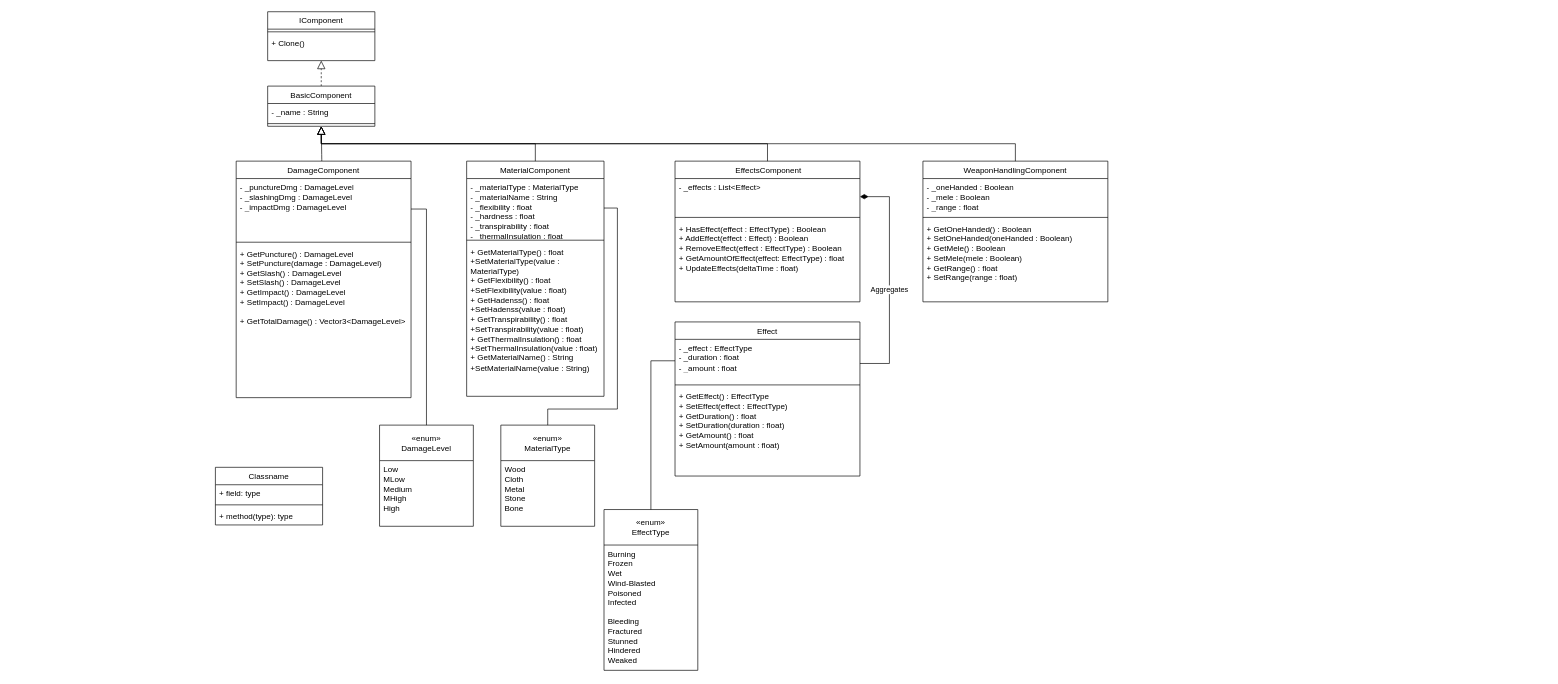
Before: Diagrams/UML/Components.drawio in Sekahy48/UnityProject, a draw.io diagram. Source tidied: cells renumbered, new cells numbered last; positions are measured from the earlier drawing's top-left corner, leaving out a move shared by most shapes. Both pictures are drawn from the tidied source at 67%, with x=0, y=0 at pixel (215, 11).
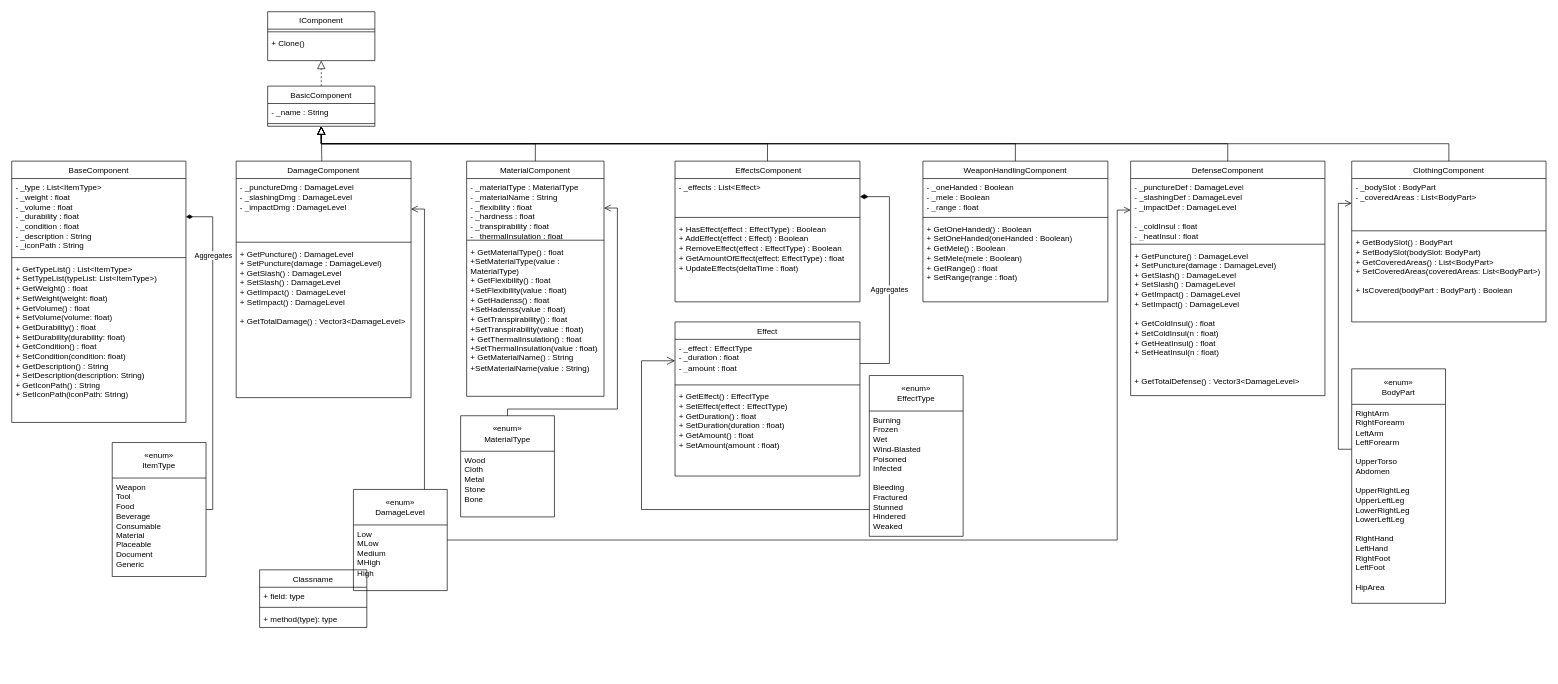
After the change.

The change refers to these unchanged cells:
```xml
<mxCell id="6" value="&lt;span style=&quot;font-weight: normal;&quot;&gt;BasicComponent&lt;/span&gt;" style="swimlane;fontStyle=1;align=center;verticalAlign=top;horizontal=1;startSize=26;whiteSpace=wrap;html=1;" parent="1" vertex="1">
  <mxGeometry x="78" y="111" width="160" height="60" as="geometry" />
</mxCell>
<mxCell id="15" value="- _punctureDmg : DamageLevel&lt;div&gt;- _slashingDmg :&amp;nbsp;&lt;span style=&quot;background-color: transparent; color: light-dark(rgb(0, 0, 0), rgb(255, 255, 255));&quot;&gt;DamageLevel&lt;/span&gt;&lt;/div&gt;&lt;div&gt;- _impactDmg :&amp;nbsp;&lt;span style=&quot;background-color: transparent; color: light-dark(rgb(0, 0, 0), rgb(255, 255, 255));&quot;&gt;DamageLevel&lt;br&gt;&lt;/span&gt;&lt;/div&gt;" style="text;strokeColor=none;fillColor=none;align=left;verticalAlign=top;spacingLeft=4;spacingRight=4;overflow=hidden;points=[[0,0.5],[1,0.5]];portConstraint=eastwest;whiteSpace=wrap;html=1;" parent="14" vertex="1">
  <mxGeometry y="26" width="261" height="91" as="geometry" />
</mxCell>
<mxCell id="22" value="- _materialType : MaterialType&lt;div&gt;- _materialName : String&lt;br&gt;&lt;div&gt;- _flexibility : float&lt;/div&gt;&lt;div&gt;- _hardness : float&lt;/div&gt;&lt;div&gt;- _transpirability : float&lt;/div&gt;&lt;div&gt;- _thermalInsulation : float&lt;/div&gt;&lt;/div&gt;" style="text;strokeColor=none;fillColor=none;align=left;verticalAlign=top;spacingLeft=4;spacingRight=4;overflow=hidden;points=[[0,0.5],[1,0.5]];portConstraint=eastwest;whiteSpace=wrap;html=1;" parent="21" vertex="1">
  <mxGeometry y="26" width="205" height="88" as="geometry" />
</mxCell>
<mxCell id="39" value="- _effect : EffectType&lt;br&gt;- _duration : float&lt;div&gt;- _amount : float&lt;/div&gt;" style="text;strokeColor=none;fillColor=none;align=left;verticalAlign=top;spacingLeft=4;spacingRight=4;overflow=hidden;points=[[0,0.5],[1,0.5]];portConstraint=eastwest;whiteSpace=wrap;html=1;" parent="38" vertex="1">
  <mxGeometry y="26" width="276" height="64" as="geometry" />
</mxCell>
```

The edit, as a diff of the source:
```diff
@@
     <mxCell id="9" value="&lt;span style=&quot;font-weight: normal;&quot;&gt;Classname&lt;/span&gt;" style="swimlane;fontStyle=1;align=center;verticalAlign=top;horizontal=1;startSize=26;whiteSpace=wrap;html=1;" parent="1" vertex="1">
-      <mxGeometry y="680" width="160" height="86" as="geometry" />
+      <mxGeometry x="66" y="833" width="160" height="86" as="geometry" />
     </mxCell>
@@
-    <mxCell id="18" style="edgeStyle=orthogonalEdgeStyle;rounded=0;jettySize=auto;html=1;entryX=1;entryY=0.5;entryDx=0;entryDy=0;fontSize=12;startSize=8;endSize=8;endArrow=none;endFill=0;" parent="1" edge="1" source="19" target="15">
-      <mxGeometry relative="1" as="geometry" />
+    <mxCell id="18" style="edgeStyle=orthogonalEdgeStyle;rounded=0;jettySize=auto;html=1;entryX=1;entryY=0.5;entryDx=0;entryDy=0;fontSize=12;startSize=8;endSize=8;endArrow=open;endFill=0;" parent="1" edge="1" source="19" target="15">
+      <mxGeometry relative="1" as="geometry">
+        <Array as="points">
+          <mxPoint x="312" y="294" />
+        </Array>
+      </mxGeometry>
     </mxCell>
+    <mxCell id="48" style="edgeStyle=elbowEdgeStyle;rounded=0;jettySize=auto;html=1;entryX=0;entryY=0.5;entryDx=0;entryDy=0;endArrow=open;endFill=0;endSize=8;" parent="1" edge="1" source="19" target="58">
+      <mxGeometry relative="1" as="geometry">
+        <Array as="points">
+          <mxPoint x="1346" y="643" />
+        </Array>
+      </mxGeometry>
+    </mxCell>
     <mxCell id="19" value="«enum»&lt;br&gt;DamageLevel" style="swimlane;fontStyle=0;horizontal=1;startSize=53;fillColor=none;whiteSpace=wrap;html=1;" parent="1" vertex="1">
-      <mxGeometry x="245" y="617" width="140" height="151" as="geometry" />
+      <mxGeometry x="206" y="713" width="140" height="151" as="geometry" />
     </mxCell>
@@
-    <mxCell id="26" style="edgeStyle=orthogonalEdgeStyle;rounded=0;jettySize=auto;html=1;entryX=1;entryY=0.5;entryDx=0;entryDy=0;fontSize=12;startSize=8;endSize=8;endArrow=none;endFill=0;" parent="1" edge="1" source="27" target="22">
+    <mxCell id="26" style="edgeStyle=orthogonalEdgeStyle;rounded=0;jettySize=auto;html=1;entryX=1;entryY=0.5;entryDx=0;entryDy=0;fontSize=12;startSize=8;endSize=8;endArrow=open;endFill=0;elbow=vertical;" parent="1" edge="1" source="27" target="22">
       <mxGeometry relative="1" as="geometry">
         <Array as="points">
-          <mxPoint x="496" y="593" />
+          <mxPoint x="436" y="593" />
           <mxPoint x="600" y="593" />
           <mxPoint x="600" y="293" />
         </Array>
       </mxGeometry>
     </mxCell>
     <mxCell id="27" value="«enum»&lt;br&gt;MaterialType" style="swimlane;fontStyle=0;horizontal=1;startSize=53;fillColor=none;whiteSpace=wrap;html=1;" parent="1" vertex="1">
-      <mxGeometry x="426" y="617" width="140" height="151" as="geometry" />
+      <mxGeometry x="366" y="603" width="140" height="151" as="geometry" />
     </mxCell>
@@
-    <mxCell id="33" style="edgeStyle=orthogonalEdgeStyle;rounded=0;jettySize=auto;html=1;endArrow=none;endFill=0;endSize=10;entryX=0;entryY=0.5;entryDx=0;entryDy=0;" parent="1" edge="1" source="34" target="39">
-      <mxGeometry relative="1" as="geometry" />
+    <mxCell id="33" style="edgeStyle=orthogonalEdgeStyle;rounded=0;jettySize=auto;html=1;endArrow=open;endFill=0;endSize=10;entryX=0;entryY=0.5;entryDx=0;entryDy=0;" parent="1" edge="1" source="34" target="39">
+      <mxGeometry relative="1" as="geometry">
+        <Array as="points">
+          <mxPoint x="636" y="743" />
+          <mxPoint x="636" y="521" />
+        </Array>
+      </mxGeometry>
     </mxCell>
     <mxCell id="34" value="«enum»&lt;br&gt;EffectType" style="swimlane;fontStyle=0;horizontal=1;startSize=53;fillColor=none;whiteSpace=wrap;html=1;" parent="1" vertex="1">
-      <mxGeometry x="580" y="743" width="140" height="240" as="geometry" />
+      <mxGeometry x="976" y="543" width="140" height="240" as="geometry" />
     </mxCell>
@@
+    <mxCell id="49" value="&lt;span style=&quot;font-weight: normal;&quot;&gt;BaseComponent&lt;/span&gt;" style="swimlane;fontStyle=1;align=center;verticalAlign=top;horizontal=1;startSize=26;whiteSpace=wrap;html=1;" parent="1" vertex="1">
+      <mxGeometry x="-304" y="223" width="260" height="390" as="geometry" />
+    </mxCell>
+    <mxCell id="50" value="- _type : List&amp;lt;ItemType&amp;gt;&lt;div&gt;- _weight : float&lt;/div&gt;&lt;div&gt;- _volume : float&lt;/div&gt;&lt;div&gt;- _durability : float&lt;/div&gt;&lt;div&gt;- _condition : float&lt;/div&gt;&lt;div&gt;- _description : String&lt;/div&gt;&lt;div&gt;- _iconPath : String&lt;/div&gt;" style="text;strokeColor=none;fillColor=none;align=left;verticalAlign=top;spacingLeft=4;spacingRight=4;overflow=hidden;points=[[0,0.5],[1,0.5]];portConstraint=eastwest;whiteSpace=wrap;html=1;" parent="49" vertex="1">
+      <mxGeometry y="26" width="260" height="114" as="geometry" />
+    </mxCell>
+    <mxCell id="51" style="line;strokeWidth=1;fillColor=none;align=left;verticalAlign=middle;spacingTop=-1;spacingLeft=3;spacingRight=3;labelPosition=right;strokeColor=inherit;" parent="49" vertex="1">
+      <mxGeometry y="140" width="260" height="8" as="geometry" />
+    </mxCell>
+    <mxCell id="52" value="&lt;div&gt;+ GetTypeList() : List&amp;lt;ItemType&amp;gt;&lt;/div&gt;&lt;div&gt;+ SetTypeList(typeList: List&amp;lt;ItemType&amp;gt;)&amp;nbsp;&lt;/div&gt;&lt;div&gt;+ GetWeight() : float&lt;/div&gt;&lt;div&gt;+ SetWeight(weight: float)&amp;nbsp;&lt;/div&gt;&lt;div&gt;+ GetVolume() : float&lt;/div&gt;&lt;div&gt;+ SetVolume(volume: float)&amp;nbsp;&lt;/div&gt;&lt;div&gt;+ GetDurability() : float&lt;/div&gt;&lt;div&gt;+ SetDurability(durability: float)&amp;nbsp;&lt;/div&gt;&lt;div&gt;+ GetCondition() : float&lt;/div&gt;&lt;div&gt;+ SetCondition(condition: float)&amp;nbsp;&lt;/div&gt;&lt;div&gt;+ GetDescription() : String&lt;/div&gt;&lt;div&gt;+ SetDescription(description: String)&amp;nbsp;&lt;/div&gt;&lt;div&gt;+ GetIconPath() : String&lt;/div&gt;&lt;div&gt;+ SetIconPath(iconPath: String)&amp;nbsp;&lt;/div&gt;&lt;div&gt;&lt;br&gt;&lt;/div&gt;" style="text;strokeColor=none;fillColor=none;align=left;verticalAlign=top;spacingLeft=4;spacingRight=4;overflow=hidden;whiteSpace=wrap;html=1;" parent="49" vertex="1">
+      <mxGeometry y="148" width="260" height="242" as="geometry" />
+    </mxCell>
+    <mxCell id="53" style="edgeStyle=orthogonalEdgeStyle;rounded=0;jettySize=auto;html=1;entryX=1;entryY=0.5;entryDx=0;entryDy=0;endArrow=diamondThin;endFill=1;endSize=8;" parent="1" edge="1" source="55" target="50">
+      <mxGeometry relative="1" as="geometry">
+        <Array as="points">
+          <mxPoint x="-4" y="743" />
+          <mxPoint x="-4" y="306" />
+        </Array>
+      </mxGeometry>
+    </mxCell>
+    <mxCell id="54" value="Aggregates" style="edgeLabel;html=1;align=center;verticalAlign=middle;" parent="53" vertex="1">
+      <mxGeometry x="0.6" relative="1" as="geometry" />
+    </mxCell>
+    <mxCell id="55" value="«enum»&lt;br&gt;ItemType" style="swimlane;fontStyle=0;horizontal=1;startSize=53;fillColor=none;whiteSpace=wrap;html=1;" parent="1" vertex="1">
+      <mxGeometry x="-154" y="643" width="140" height="200" as="geometry" />
+    </mxCell>
+    <mxCell id="56" value="Weapon&lt;div&gt;Tool&lt;br&gt;Food&lt;/div&gt;&lt;div&gt;Beverage&lt;br&gt;Consumable&lt;/div&gt;&lt;div&gt;Material&lt;/div&gt;&lt;div&gt;Placeable&lt;/div&gt;&lt;div&gt;Document&lt;br&gt;Generic&lt;/div&gt;" style="text;strokeColor=none;fillColor=none;align=left;verticalAlign=top;spacingLeft=4;spacingRight=4;overflow=hidden;whiteSpace=wrap;html=1;" parent="55" vertex="1">
+      <mxGeometry y="53" width="140" height="147" as="geometry" />
+    </mxCell>
+    <mxCell id="57" value="&lt;span style=&quot;font-weight: normal;&quot;&gt;DefenseComponent&lt;/span&gt;" style="swimlane;fontStyle=1;align=center;verticalAlign=top;horizontal=1;startSize=26;whiteSpace=wrap;html=1;" parent="1" vertex="1">
+      <mxGeometry x="1366" y="223" width="290" height="350" as="geometry" />
+    </mxCell>
+    <mxCell id="58" value="- _punctureDef : DamageLevel&lt;div&gt;- _slashingDef :&amp;nbsp;&lt;span style=&quot;background-color: transparent; color: light-dark(rgb(0, 0, 0), rgb(255, 255, 255));&quot;&gt;DamageLevel&lt;/span&gt;&lt;/div&gt;&lt;div&gt;- _impactDef :&amp;nbsp;&lt;span style=&quot;background-color: transparent; color: light-dark(rgb(0, 0, 0), rgb(255, 255, 255));&quot;&gt;DamageLevel&lt;/span&gt;&lt;/div&gt;&lt;div&gt;&lt;span style=&quot;background-color: transparent; color: light-dark(rgb(0, 0, 0), rgb(255, 255, 255));&quot;&gt;&lt;br&gt;&lt;/span&gt;&lt;/div&gt;&lt;div&gt;&lt;span style=&quot;background-color: transparent; color: light-dark(rgb(0, 0, 0), rgb(255, 255, 255));&quot;&gt;- _coldInsul : float&lt;/span&gt;&lt;/div&gt;&lt;div&gt;&lt;span style=&quot;background-color: transparent; color: light-dark(rgb(0, 0, 0), rgb(255, 255, 255));&quot;&gt;- _heatInsul : float&lt;/span&gt;&lt;/div&gt;" style="text;strokeColor=none;fillColor=none;align=left;verticalAlign=top;spacingLeft=4;spacingRight=4;overflow=hidden;points=[[0,0.5],[1,0.5]];portConstraint=eastwest;whiteSpace=wrap;html=1;" parent="57" vertex="1">
+      <mxGeometry y="26" width="290" height="94" as="geometry" />
+    </mxCell>
+    <mxCell id="59" style="line;strokeWidth=1;fillColor=none;align=left;verticalAlign=middle;spacingTop=-1;spacingLeft=3;spacingRight=3;labelPosition=right;strokeColor=inherit;" parent="57" vertex="1">
+      <mxGeometry y="120" width="290" height="8" as="geometry" />
+    </mxCell>
+    <mxCell id="60" value="+ GetPuncture() : DamageLevel&lt;div&gt;+ Set&lt;span style=&quot;background-color: transparent; color: light-dark(rgb(0, 0, 0), rgb(255, 255, 255));&quot;&gt;Puncture&lt;/span&gt;&lt;span style=&quot;background-color: transparent; color: light-dark(rgb(0, 0, 0), rgb(255, 255, 255));&quot;&gt;(damage :&amp;nbsp;&lt;/span&gt;DamageLevel&lt;span style=&quot;background-color: transparent; color: light-dark(rgb(0, 0, 0), rgb(255, 255, 255));&quot;&gt;)&lt;/span&gt;&lt;/div&gt;&lt;div&gt;+ GetSlash() : DamageLevel&lt;div&gt;+ Set&lt;span style=&quot;background-color: transparent; color: light-dark(rgb(0, 0, 0), rgb(255, 255, 255));&quot;&gt;Slash&lt;/span&gt;&lt;span style=&quot;background-color: transparent; color: light-dark(rgb(0, 0, 0), rgb(255, 255, 255));&quot;&gt;() :&amp;nbsp;&lt;/span&gt;&lt;span style=&quot;background-color: transparent; color: light-dark(rgb(0, 0, 0), rgb(255, 255, 255));&quot;&gt;DamageLevel&lt;/span&gt;&lt;/div&gt;&lt;/div&gt;&lt;div&gt;+ GetImpact() : DamageLevel&lt;div&gt;+ Set&lt;span style=&quot;background-color: transparent; color: light-dark(rgb(0, 0, 0), rgb(255, 255, 255));&quot;&gt;Impact&lt;/span&gt;&lt;span style=&quot;background-color: transparent; color: light-dark(rgb(0, 0, 0), rgb(255, 255, 255));&quot;&gt;() :&amp;nbsp;&lt;/span&gt;&lt;span style=&quot;background-color: transparent; color: light-dark(rgb(0, 0, 0), rgb(255, 255, 255));&quot;&gt;DamageLevel&lt;/span&gt;&lt;/div&gt;&lt;/div&gt;&lt;div&gt;&lt;span style=&quot;background-color: transparent; color: light-dark(rgb(0, 0, 0), rgb(255, 255, 255));&quot;&gt;&lt;br&gt;&lt;/span&gt;&lt;/div&gt;&lt;div&gt;+ GetColdInsul() : float&lt;/div&gt;&lt;div&gt;+ SetColdInsul(n : float)&lt;/div&gt;&lt;div&gt;&lt;div&gt;+ GetHeatInsul() : float&lt;/div&gt;&lt;div&gt;+ SetHeatInsul(n : float)&lt;/div&gt;&lt;/div&gt;&lt;div&gt;&lt;br&gt;&lt;/div&gt;&lt;div&gt;&lt;br&gt;&lt;/div&gt;&lt;div&gt;+ GetTotalDefense() : Vector3&amp;lt;DamageLevel&amp;gt;&lt;/div&gt;&lt;div&gt;&lt;br&gt;&lt;/div&gt;&lt;div&gt;&lt;br&gt;&lt;/div&gt;" style="text;strokeColor=none;fillColor=none;align=left;verticalAlign=top;spacingLeft=4;spacingRight=4;overflow=hidden;whiteSpace=wrap;html=1;" parent="57" vertex="1">
+      <mxGeometry y="128" width="290" height="222" as="geometry" />
+    </mxCell>
+    <mxCell id="61" value="&lt;span style=&quot;font-weight: normal;&quot;&gt;ClothingComponent&lt;/span&gt;" style="swimlane;fontStyle=1;align=center;verticalAlign=top;horizontal=1;startSize=26;whiteSpace=wrap;html=1;" parent="1" vertex="1">
+      <mxGeometry x="1696" y="223" width="290" height="240" as="geometry" />
+    </mxCell>
+    <mxCell id="62" value="- _bodySlot : BodyPart&lt;div&gt;- _coveredAreas : List&amp;lt;BodyPart&amp;gt;&lt;/div&gt;" style="text;strokeColor=none;fillColor=none;align=left;verticalAlign=top;spacingLeft=4;spacingRight=4;overflow=hidden;points=[[0,0.5],[1,0.5]];portConstraint=eastwest;whiteSpace=wrap;html=1;" parent="61" vertex="1">
+      <mxGeometry y="26" width="290" height="74" as="geometry" />
+    </mxCell>
+    <mxCell id="63" style="line;strokeWidth=1;fillColor=none;align=left;verticalAlign=middle;spacingTop=-1;spacingLeft=3;spacingRight=3;labelPosition=right;strokeColor=inherit;" parent="61" vertex="1">
+      <mxGeometry y="100" width="290" height="8" as="geometry" />
+    </mxCell>
+    <mxCell id="64" value="&lt;div&gt;+ GetBodySlot() : BodyPart&lt;/div&gt;&lt;div&gt;+ SetBodySlot(bodySlot: BodyPart)&amp;nbsp;&lt;/div&gt;&lt;div&gt;+ GetCoveredAreas() : List&amp;lt;BodyPart&amp;gt;&lt;/div&gt;&lt;div&gt;+ SetCoveredAreas(coveredAreas: List&amp;lt;BodyPart&amp;gt;)&amp;nbsp;&lt;/div&gt;&lt;div&gt;&lt;br&gt;&lt;/div&gt;&lt;div&gt;+ IsCovered(bodyPart : BodyPart) : Boolean&lt;/div&gt;" style="text;strokeColor=none;fillColor=none;align=left;verticalAlign=top;spacingLeft=4;spacingRight=4;overflow=hidden;whiteSpace=wrap;html=1;" parent="61" vertex="1">
+      <mxGeometry y="108" width="290" height="132" as="geometry" />
+    </mxCell>
+    <mxCell id="65" style="edgeStyle=orthogonalEdgeStyle;rounded=0;jettySize=auto;html=1;entryX=0;entryY=0.5;entryDx=0;entryDy=0;endArrow=open;endFill=0;endSize=8;" parent="1" edge="1" source="66" target="62">
+      <mxGeometry relative="1" as="geometry">
+        <Array as="points">
+          <mxPoint x="1676" y="653" />
+          <mxPoint x="1676" y="286" />
+        </Array>
+      </mxGeometry>
+    </mxCell>
+    <mxCell id="66" value="«enum»&lt;br&gt;BodyPart" style="swimlane;fontStyle=0;horizontal=1;startSize=53;fillColor=none;whiteSpace=wrap;html=1;" parent="1" vertex="1">
+      <mxGeometry x="1696" y="533" width="140" height="350" as="geometry" />
+    </mxCell>
+    <mxCell id="67" value="RightArm&lt;div&gt;RightForearm&lt;br&gt;&lt;div&gt;LeftArm&lt;/div&gt;&lt;div&gt;LeftForearm&lt;/div&gt;&lt;div&gt;&lt;br&gt;&lt;/div&gt;&lt;div&gt;UpperTorso&lt;/div&gt;&lt;div&gt;Abdomen&lt;/div&gt;&lt;div&gt;&lt;br&gt;&lt;/div&gt;&lt;div&gt;UpperRightLeg&lt;/div&gt;&lt;div&gt;UpperLeftLeg&lt;/div&gt;&lt;div&gt;LowerRightLeg&lt;/div&gt;&lt;div&gt;LowerLeftLeg&lt;/div&gt;&lt;div&gt;&lt;br&gt;&lt;/div&gt;&lt;div&gt;RightHand&lt;/div&gt;&lt;div&gt;LeftHand&lt;/div&gt;&lt;div&gt;RightFoot&lt;/div&gt;&lt;div&gt;LeftFoot&lt;br&gt;&lt;br&gt;HipArea&lt;/div&gt;&lt;div&gt;&lt;br&gt;&lt;/div&gt;&lt;div&gt;&lt;br&gt;&lt;/div&gt;&lt;div&gt;&lt;br&gt;&lt;/div&gt;&lt;div&gt;&lt;br&gt;&lt;/div&gt;&lt;/div&gt;" style="text;strokeColor=none;fillColor=none;align=left;verticalAlign=top;spacingLeft=4;spacingRight=4;overflow=hidden;whiteSpace=wrap;html=1;" parent="66" vertex="1">
+      <mxGeometry y="53" width="140" height="297" as="geometry" />
+    </mxCell>
+    <mxCell id="68" style="edgeStyle=orthogonalEdgeStyle;rounded=0;jettySize=auto;html=1;entryX=0.5;entryY=1;entryDx=0;entryDy=0;fontSize=12;startSize=8;endSize=10;endArrow=block;endFill=0;exitX=0.5;exitY=0;exitDx=0;exitDy=0;" parent="1" edge="1" source="57" target="6">
+      <mxGeometry relative="1" as="geometry" />
+    </mxCell>
+    <mxCell id="69" style="edgeStyle=orthogonalEdgeStyle;rounded=0;jettySize=auto;html=1;entryX=0.5;entryY=1;entryDx=0;entryDy=0;fontSize=12;startSize=8;endSize=10;endArrow=block;endFill=0;exitX=0.5;exitY=0;exitDx=0;exitDy=0;" parent="1" edge="1" source="61" target="6">
+      <mxGeometry relative="1" as="geometry" />
+    </mxCell>
```
